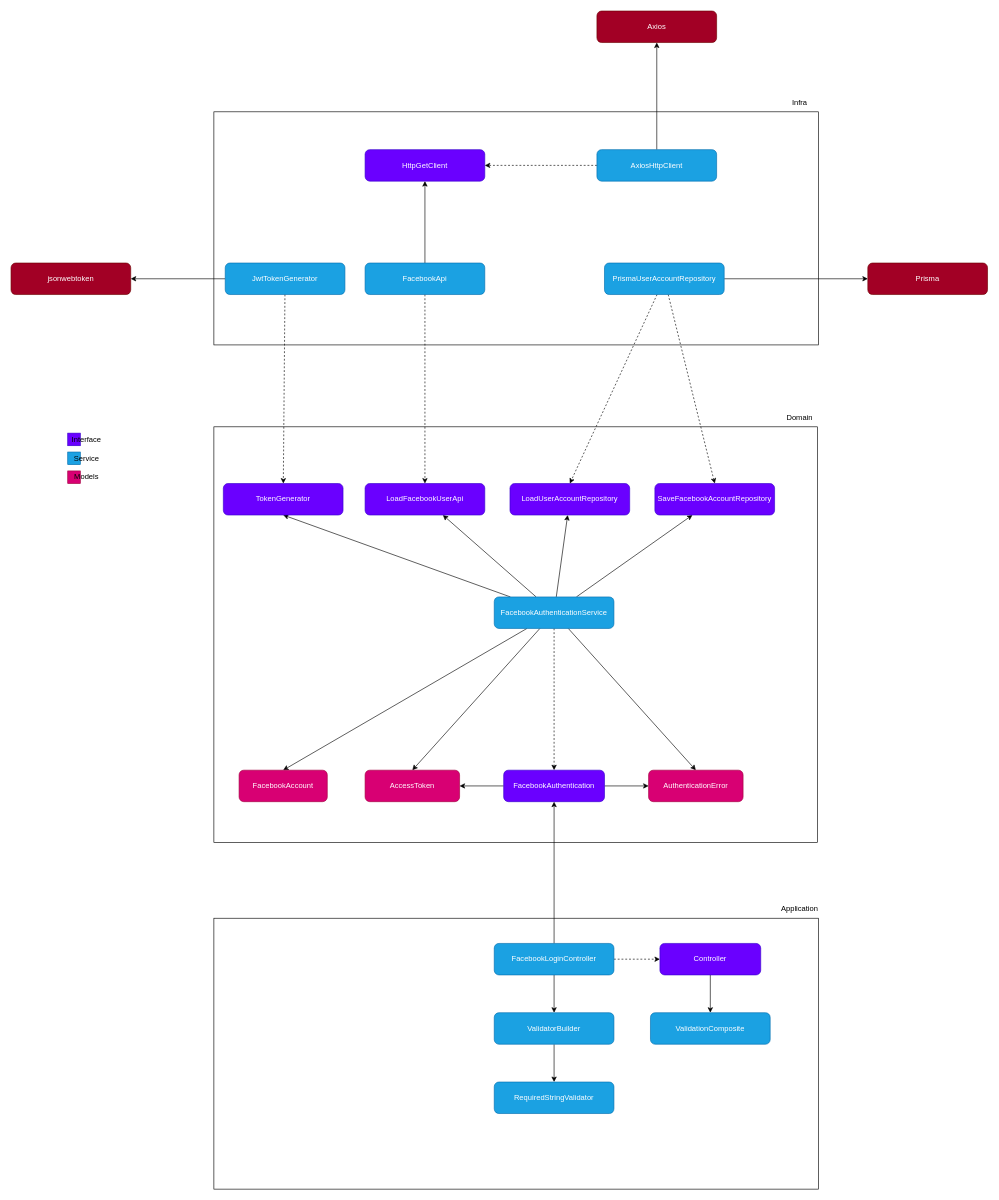
Before: docs/facebook-authentication/dependencies.drawio in diogo-braz/facebook-api-integration, a draw.io diagram. Source tidied: cells renumbered, new cells numbered last; positions are measured from the earlier drawing's top-left corner, leaving out a move shared by most shapes. Both pictures are drawn from the tidied source at 63%, with x=0, y=0 at pixel (11, 11).
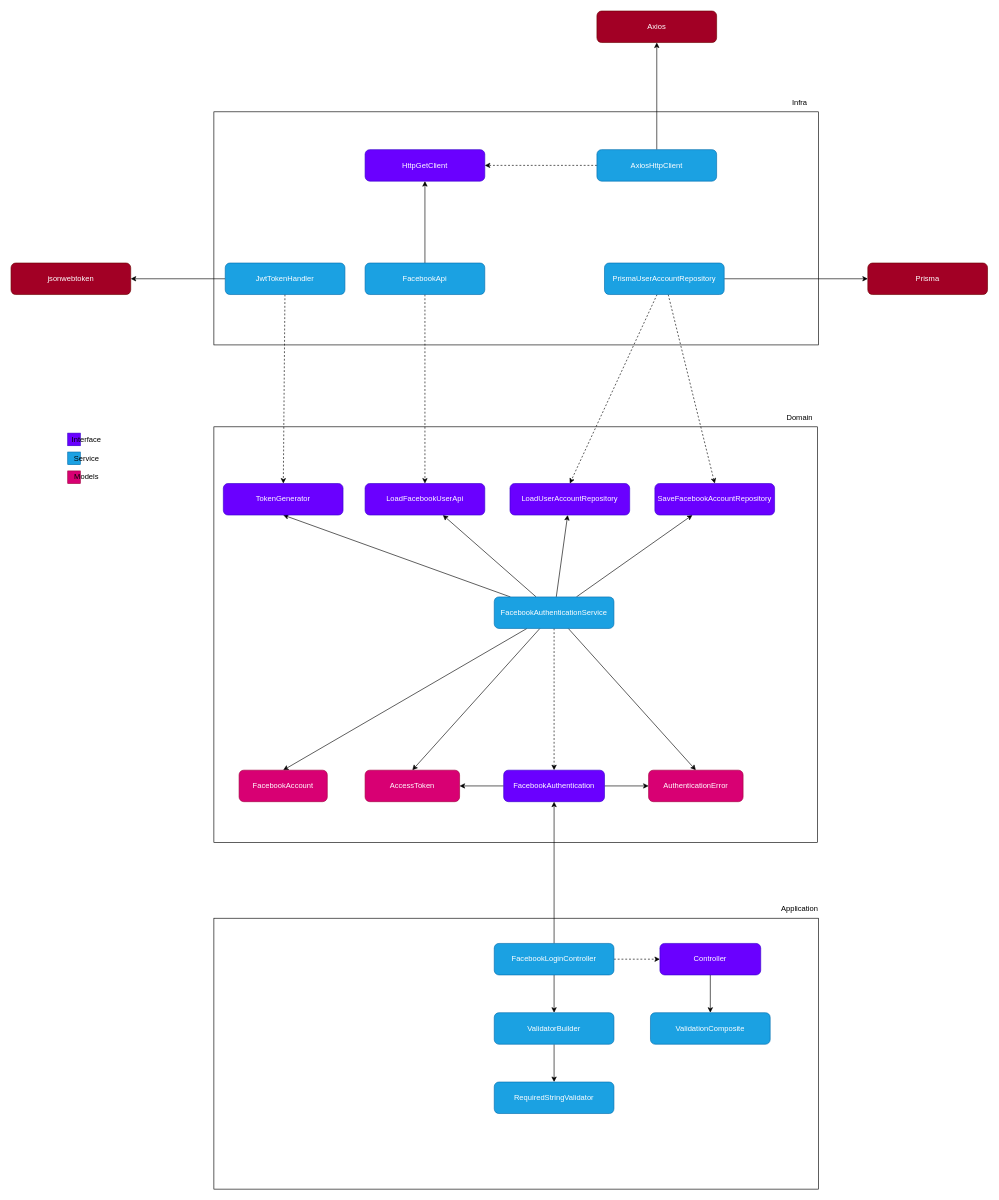
Above is the later version.

Commit message (it also covers changes not shown here):
refactor: rename JwtTokenGenerator to JwtTokenHandler

Change to the diagram source:
```diff
@@
-    <mxCell id="42" value="JwtTokenGenerator" style="rounded=1;whiteSpace=wrap;html=1;fillColor=#1ba1e2;fontColor=#ffffff;strokeColor=#006EAF;" parent="1" vertex="1">
+    <mxCell id="42" value="JwtTokenHandler" style="rounded=1;whiteSpace=wrap;html=1;fillColor=#1ba1e2;fontColor=#ffffff;strokeColor=#006EAF;" parent="1" vertex="1">
       <mxGeometry x="340" y="400" width="190" height="50" as="geometry" />
     </mxCell>
```
